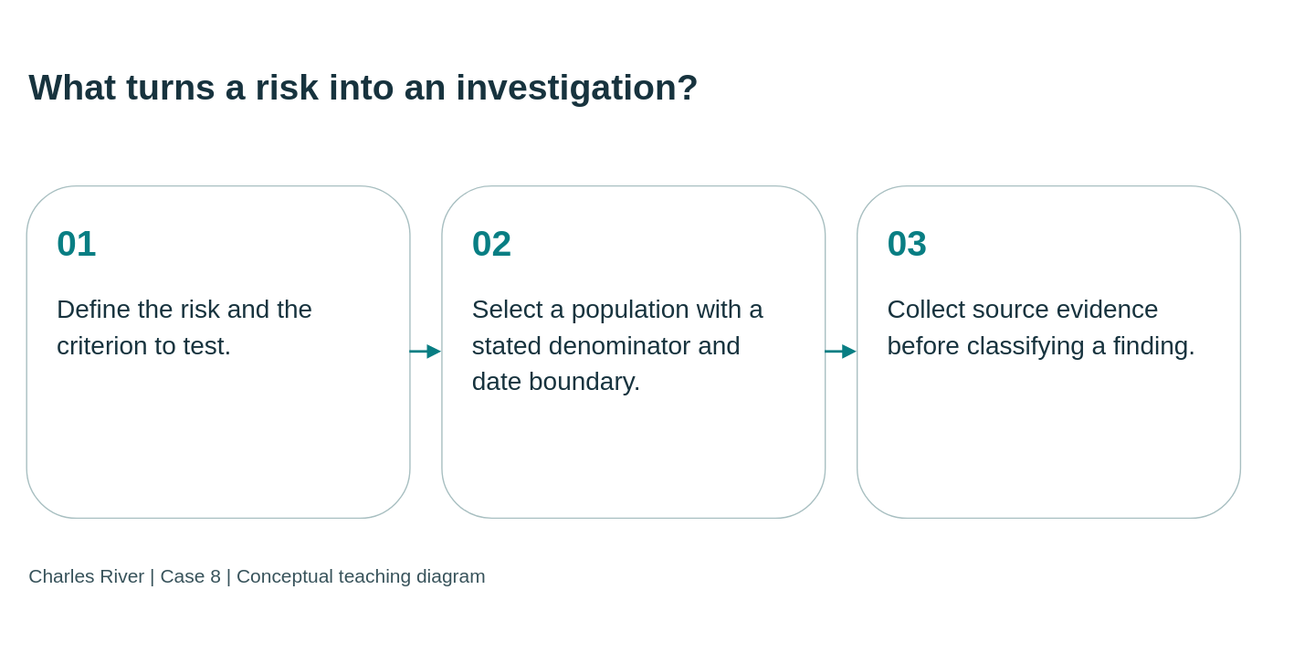
Earlier version of the draw.io export static/diagrams/cases/case08-risk.svg (mmcodesso/CharlesRiver_Database). Source tidied: cells renumbered, new cells last; positions are measured from the earlier drawing's top-left corner, leaving out a move shared by most shapes. The source it was exported from:
```xml
<mxGraphModel background="#f5f5ee">
  <root>
    <mxCell id="0" />
    <mxCell id="1" parent="0" />
    <mxCell id="2" value="What turns a risk into an investigation?" style="text;html=0;strokeColor=none;fillColor=none;align=left;verticalAlign=middle;whiteSpace=wrap;fontSize=28;fontStyle=1;fontColor=#17333e;fontFamily=Arial;" parent="1" vertex="1">
      <mxGeometry width="950" height="95" as="geometry" />
    </mxCell>
    <mxCell id="3" value="&lt;div style=&quot;font-size:28px;color:#087e83;font-weight:bold;margin-bottom:20px&quot;&gt;01&lt;/div&gt;&lt;div style=&quot;font-size:20px;line-height:1.4&quot;&gt;Define the risk and the criterion to test.&lt;/div&gt;" style="rounded=1;whiteSpace=wrap;html=1;fillColor=#ffffff;strokeColor=#a8bfc1;fontColor=#17333e;align=left;verticalAlign=top;spacing=24;fontFamily=Arial;fontSize=20;" parent="1" vertex="1">
      <mxGeometry y="125" width="300" height="260" as="geometry" />
    </mxCell>
    <mxCell id="4" value="&lt;div style=&quot;font-size:28px;color:#087e83;font-weight:bold;margin-bottom:20px&quot;&gt;02&lt;/div&gt;&lt;div style=&quot;font-size:20px;line-height:1.4&quot;&gt;Select a population with a stated denominator and date boundary.&lt;/div&gt;" style="rounded=1;whiteSpace=wrap;html=1;fillColor=#ffffff;strokeColor=#a8bfc1;fontColor=#17333e;align=left;verticalAlign=top;spacing=24;fontFamily=Arial;fontSize=20;" parent="1" vertex="1">
      <mxGeometry x="325" y="125" width="300" height="260" as="geometry" />
    </mxCell>
    <mxCell id="5" value="&lt;div style=&quot;font-size:28px;color:#087e83;font-weight:bold;margin-bottom:20px&quot;&gt;03&lt;/div&gt;&lt;div style=&quot;font-size:20px;line-height:1.4&quot;&gt;Collect source evidence before classifying a finding.&lt;/div&gt;" style="rounded=1;whiteSpace=wrap;html=1;fillColor=#ffffff;strokeColor=#a8bfc1;fontColor=#17333e;align=left;verticalAlign=top;spacing=24;fontFamily=Arial;fontSize=20;" parent="1" vertex="1">
      <mxGeometry x="650" y="125" width="300" height="260" as="geometry" />
    </mxCell>
    <mxCell id="6" style="edgeStyle=orthogonalEdgeStyle;rounded=0;html=1;endArrow=block;endFill=1;strokeColor=#087e83;strokeWidth=2;" parent="1" edge="1" source="3" target="4">
      <mxGeometry relative="1" as="geometry" />
    </mxCell>
    <mxCell id="7" style="edgeStyle=orthogonalEdgeStyle;rounded=0;html=1;endArrow=block;endFill=1;strokeColor=#087e83;strokeWidth=2;" parent="1" edge="1" source="4" target="5">
      <mxGeometry relative="1" as="geometry" />
    </mxCell>
    <mxCell id="8" value="Charles River | Case 8 | Conceptual teaching diagram" style="text;html=0;strokeColor=none;fillColor=none;align=left;fontSize=15;fontColor=#38535b;fontFamily=Arial;" parent="1" vertex="1">
      <mxGeometry y="415" width="950" height="35" as="geometry" />
    </mxCell>
  </root>
</mxGraphModel>
```
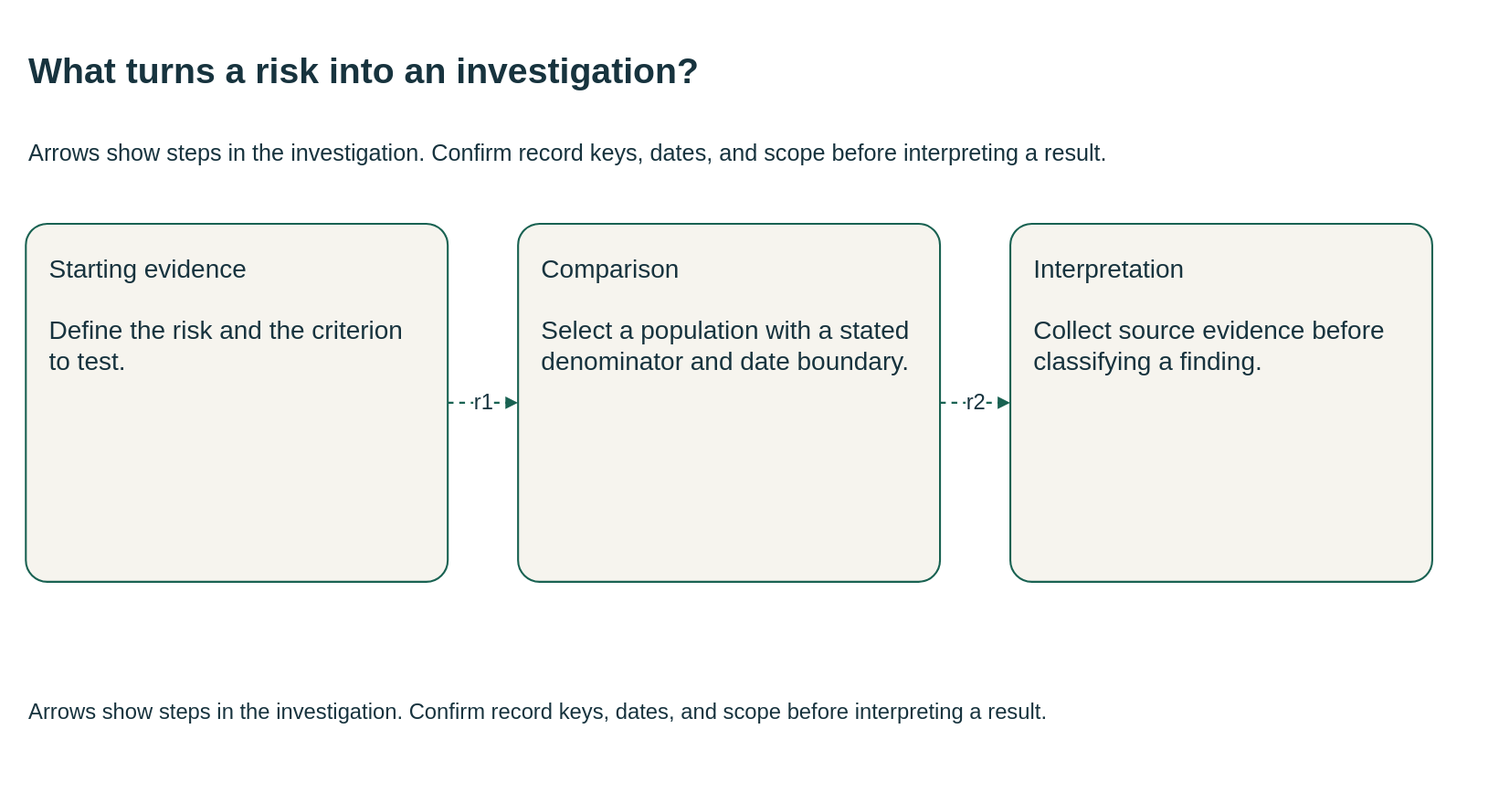
The same diagram one commit later.

Change to the diagram source:
```diff
@@ -1,27 +1,30 @@
-<mxGraphModel background="#f5f5ee">
+<mxGraphModel background="#FFFFFF">
   <root>
     <mxCell id="0" />
     <mxCell id="1" parent="0" />
-    <mxCell id="2" value="What turns a risk into an investigation?" style="text;html=0;strokeColor=none;fillColor=none;align=left;verticalAlign=middle;whiteSpace=wrap;fontSize=28;fontStyle=1;fontColor=#17333e;fontFamily=Arial;" parent="1" vertex="1">
-      <mxGeometry width="950" height="95" as="geometry" />
+    <mxCell id="2" value="What turns a risk into an investigation?" style="html=0;fontFamily=Arial;fontSize=20;fontColor=#17333e;strokeColor=#196252;strokeWidth=1.5;whiteSpace=wrap;text;strokeColor=none;fillColor=none;align=left;verticalAlign=middle;fontSize=28;fontStyle=1;" parent="1" vertex="1">
+      <mxGeometry y="-10" width="1110" height="70" as="geometry" />
     </mxCell>
+    <mxCell id="9" value="Arrows show steps in the investigation. Confirm record keys, dates, and scope before interpreting a result." style="html=0;fontFamily=Arial;fontSize=20;fontColor=#17333e;strokeColor=#196252;strokeWidth=1.5;whiteSpace=wrap;text;strokeColor=none;fillColor=none;align=left;verticalAlign=middle;fontSize=18;fontStyle=0;" parent="1" vertex="1">
+      <mxGeometry y="62" width="1110" height="55" as="geometry" />
+    </mxCell>
-    <mxCell id="3" value="&lt;div style=&quot;font-size:28px;color:#087e83;font-weight:bold;margin-bottom:20px&quot;&gt;01&lt;/div&gt;&lt;div style=&quot;font-size:20px;line-height:1.4&quot;&gt;Define the risk and the criterion to test.&lt;/div&gt;" style="rounded=1;whiteSpace=wrap;html=1;fillColor=#ffffff;strokeColor=#a8bfc1;fontColor=#17333e;align=left;verticalAlign=top;spacing=24;fontFamily=Arial;fontSize=20;" parent="1" vertex="1">
-      <mxGeometry y="125" width="300" height="260" as="geometry" />
+    <mxCell id="3" value="Starting evidence&#10;&#10;Define the risk and the criterion to test." style="html=0;fontFamily=Arial;fontSize=20;fontColor=#17333e;strokeColor=#196252;strokeWidth=1.5;whiteSpace=wrap;rounded=1;arcSize=6;fillColor=#f6f4ee;align=left;verticalAlign=top;spacing=18;" parent="1" vertex="1">
+      <mxGeometry y="145" width="330" height="280" as="geometry" />
     </mxCell>
-    <mxCell id="4" value="&lt;div style=&quot;font-size:28px;color:#087e83;font-weight:bold;margin-bottom:20px&quot;&gt;02&lt;/div&gt;&lt;div style=&quot;font-size:20px;line-height:1.4&quot;&gt;Select a population with a stated denominator and date boundary.&lt;/div&gt;" style="rounded=1;whiteSpace=wrap;html=1;fillColor=#ffffff;strokeColor=#a8bfc1;fontColor=#17333e;align=left;verticalAlign=top;spacing=24;fontFamily=Arial;fontSize=20;" parent="1" vertex="1">
-      <mxGeometry x="325" y="125" width="300" height="260" as="geometry" />
+    <mxCell id="4" value="Comparison&#10;&#10;Select a population with a stated denominator and date boundary." style="html=0;fontFamily=Arial;fontSize=20;fontColor=#17333e;strokeColor=#196252;strokeWidth=1.5;whiteSpace=wrap;rounded=1;arcSize=6;fillColor=#f6f4ee;align=left;verticalAlign=top;spacing=18;" parent="1" vertex="1">
+      <mxGeometry x="385" y="145" width="330" height="280" as="geometry" />
     </mxCell>
-    <mxCell id="5" value="&lt;div style=&quot;font-size:28px;color:#087e83;font-weight:bold;margin-bottom:20px&quot;&gt;03&lt;/div&gt;&lt;div style=&quot;font-size:20px;line-height:1.4&quot;&gt;Collect source evidence before classifying a finding.&lt;/div&gt;" style="rounded=1;whiteSpace=wrap;html=1;fillColor=#ffffff;strokeColor=#a8bfc1;fontColor=#17333e;align=left;verticalAlign=top;spacing=24;fontFamily=Arial;fontSize=20;" parent="1" vertex="1">
-      <mxGeometry x="650" y="125" width="300" height="260" as="geometry" />
+    <mxCell id="5" value="Interpretation&#10;&#10;Collect source evidence before classifying a finding." style="html=0;fontFamily=Arial;fontSize=20;fontColor=#17333e;strokeColor=#196252;strokeWidth=1.5;whiteSpace=wrap;rounded=1;arcSize=6;fillColor=#f6f4ee;align=left;verticalAlign=top;spacing=18;" parent="1" vertex="1">
+      <mxGeometry x="770" y="145" width="330" height="280" as="geometry" />
     </mxCell>
-    <mxCell id="6" style="edgeStyle=orthogonalEdgeStyle;rounded=0;html=1;endArrow=block;endFill=1;strokeColor=#087e83;strokeWidth=2;" parent="1" edge="1" source="3" target="4">
+    <mxCell id="6" value="r1" style="html=0;fontFamily=Arial;fontSize=20;fontColor=#17333e;strokeColor=#196252;strokeWidth=1.5;whiteSpace=wrap;edgeStyle=orthogonalEdgeStyle;rounded=0;fillColor=none;fontSize=17;labelBackgroundColor=#FFFFFF;startArrow=none;endArrow=block;endFill=1;dashed=1;exitX=1;exitY=0.5;entryX=0;entryY=0.5;" parent="1" edge="1" source="3" target="4">
       <mxGeometry relative="1" as="geometry" />
     </mxCell>
-    <mxCell id="7" style="edgeStyle=orthogonalEdgeStyle;rounded=0;html=1;endArrow=block;endFill=1;strokeColor=#087e83;strokeWidth=2;" parent="1" edge="1" source="4" target="5">
+    <mxCell id="7" value="r2" style="html=0;fontFamily=Arial;fontSize=20;fontColor=#17333e;strokeColor=#196252;strokeWidth=1.5;whiteSpace=wrap;edgeStyle=orthogonalEdgeStyle;rounded=0;fillColor=none;fontSize=17;labelBackgroundColor=#FFFFFF;startArrow=none;endArrow=block;endFill=1;dashed=1;exitX=1;exitY=0.5;entryX=0;entryY=0.5;" parent="1" edge="1" source="4" target="5">
       <mxGeometry relative="1" as="geometry" />
     </mxCell>
-    <mxCell id="8" value="Charles River | Case 8 | Conceptual teaching diagram" style="text;html=0;strokeColor=none;fillColor=none;align=left;fontSize=15;fontColor=#38535b;fontFamily=Arial;" parent="1" vertex="1">
-      <mxGeometry y="415" width="950" height="35" as="geometry" />
+    <mxCell id="8" value="Arrows show steps in the investigation. Confirm record keys, dates, and scope before interpreting a result." style="html=0;fontFamily=Arial;fontSize=20;fontColor=#17333e;strokeColor=#196252;strokeWidth=1.5;whiteSpace=wrap;text;strokeColor=none;fillColor=none;align=left;verticalAlign=middle;fontSize=17;fontStyle=0;" parent="1" vertex="1">
+      <mxGeometry y="497" width="1110" height="60" as="geometry" />
     </mxCell>
   </root>
 </mxGraphModel>
```
